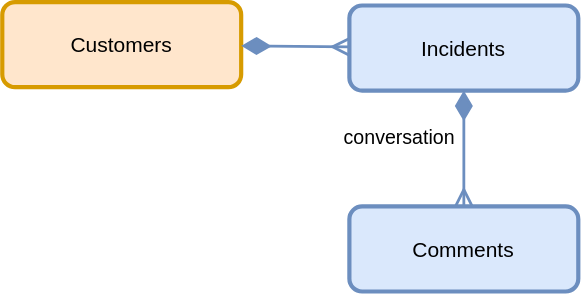
Earlier version of the draw.io export xmpls/schema.drawio.svg (cap-js/incidents-app). Source tidied: cells renumbered, new cells last; positions are measured from the earlier drawing's top-left corner, leaving out a move shared by most shapes.
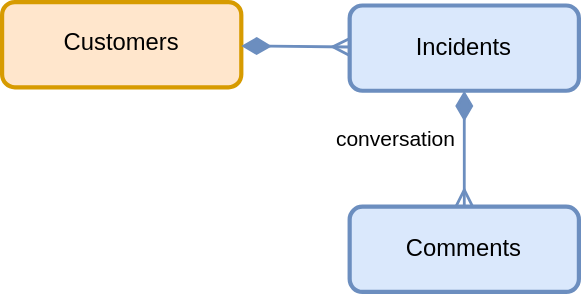
After the commit.

What changed in the source:
```diff
@@ -2,16 +2,16 @@
   <root>
     <mxCell id="0" />
     <mxCell id="1" parent="0" />
-    <mxCell id="2" value="Incidents" style="rounded=1;whiteSpace=wrap;html=1;comic=0;sketch=0;jiggle=4;fontFamily=Helvetica;strokeColor=#6c8ebf;strokeWidth=3;fillColor=#dae8fc;fontSize=15;" parent="1" vertex="1">
+    <mxCell id="2" value="Incidents" style="rounded=1;whiteSpace=wrap;html=1;comic=0;fontFamily=Helvetica;strokeColor=#6c8ebf;strokeWidth=3;fillColor=#dae8fc;fontSize=17;" parent="1" vertex="1">
       <mxGeometry x="248.3" y="2.4" width="163.7" height="60.9" as="geometry" />
     </mxCell>
-    <mxCell id="3" value="conversation" style="endArrow=diamondThin;endFill=1;endSize=16;html=1;fontFamily=Helvetica;strokeColor=#6c8ebf;strokeWidth=2;fillColor=#dae8fc;startArrow=ERmany;startFill=0;startSize=9;labelBackgroundColor=none;align=right;fontSize=14;" parent="1" edge="1" source="5" target="2">
+    <mxCell id="3" value="conversation" style="endArrow=diamondThin;endFill=1;endSize=16;html=1;fontFamily=Helvetica;strokeColor=#6c8ebf;strokeWidth=2;fillColor=#dae8fc;startArrow=ERmany;startFill=0;startSize=9;labelBackgroundColor=none;align=right;fontSize=15;" parent="1" edge="1" source="5" target="2">
       <mxGeometry x="0.18" y="5" relative="1" as="geometry" />
     </mxCell>
-    <mxCell id="4" value="Customers" style="rounded=1;whiteSpace=wrap;html=1;comic=0;sketch=0;jiggle=4;fontFamily=Helvetica;strokeColor=#d79b00;strokeWidth=3;fillColor=#ffe6cc;fontSize=15;" parent="1" vertex="1">
+    <mxCell id="4" value="Customers" style="rounded=1;whiteSpace=wrap;html=1;comic=0;fontFamily=Helvetica;strokeColor=#d79b00;strokeWidth=3;fillColor=#ffe6cc;fontSize=17;" parent="1" vertex="1">
       <mxGeometry width="170.9" height="60.9" as="geometry" />
     </mxCell>
-    <mxCell id="5" value="Comments" style="rounded=1;whiteSpace=wrap;html=1;comic=0;sketch=0;jiggle=4;fontFamily=Helvetica;strokeColor=#6c8ebf;strokeWidth=3;fillColor=#dae8fc;fontSize=15;" parent="1" vertex="1">
+    <mxCell id="5" value="Comments" style="rounded=1;whiteSpace=wrap;html=1;comic=0;fontFamily=Helvetica;strokeColor=#6c8ebf;strokeWidth=3;fillColor=#dae8fc;fontSize=17;" parent="1" vertex="1">
       <mxGeometry x="248.3" y="146.1" width="163.7" height="60.9" as="geometry" />
     </mxCell>
     <mxCell id="6" style="endArrow=diamondThin;endFill=1;endSize=16;html=1;fontFamily=Helvetica;strokeColor=#6c8ebf;strokeWidth=2;fillColor=#dae8fc;startSize=9;startArrow=ERmany;startFill=0;" parent="1" edge="1" source="2" target="4">
```
